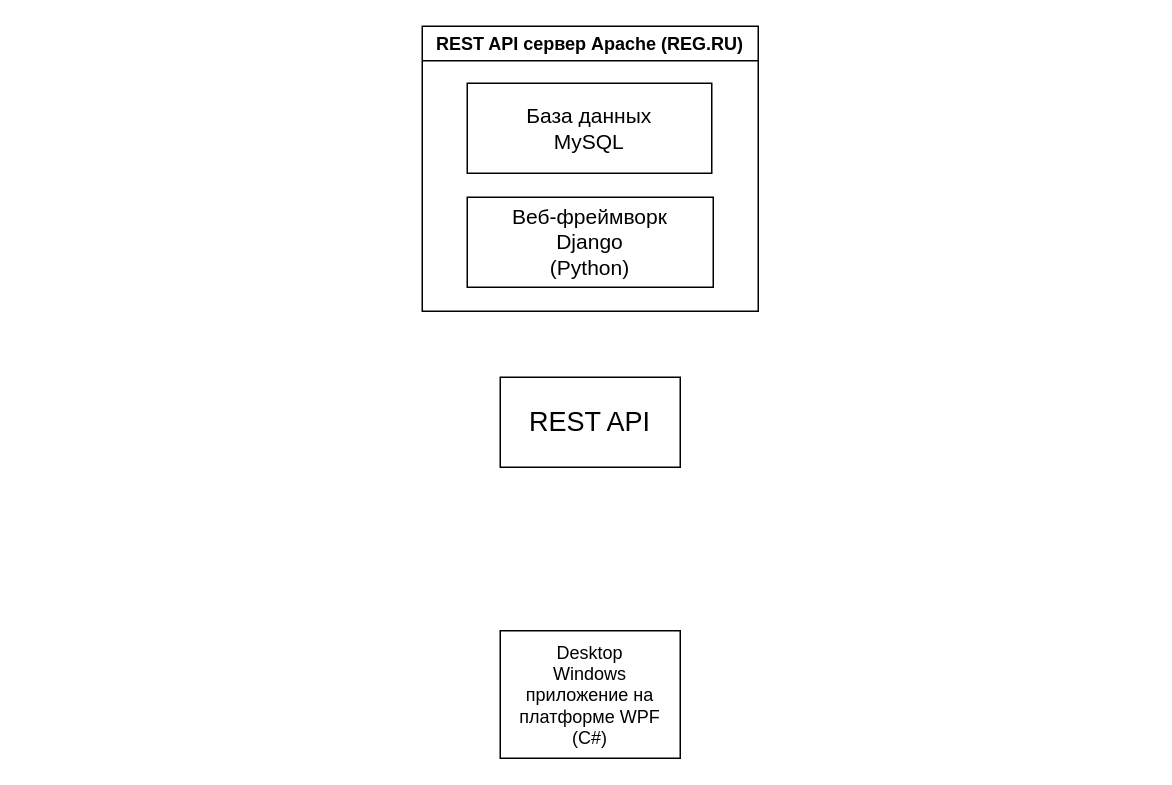
Above: Схема работы сервиса P.Gas.drawio in Jokimazi/DrawIOStorage (draw.io), before the change. Source tidied: cells renumbered, new cells numbered last; positions are measured from the earlier drawing's top-left corner, leaving out a move shared by most shapes. Both pictures are drawn from the tidied source at 150%, with x=0, y=0 at pixel (422, 26).
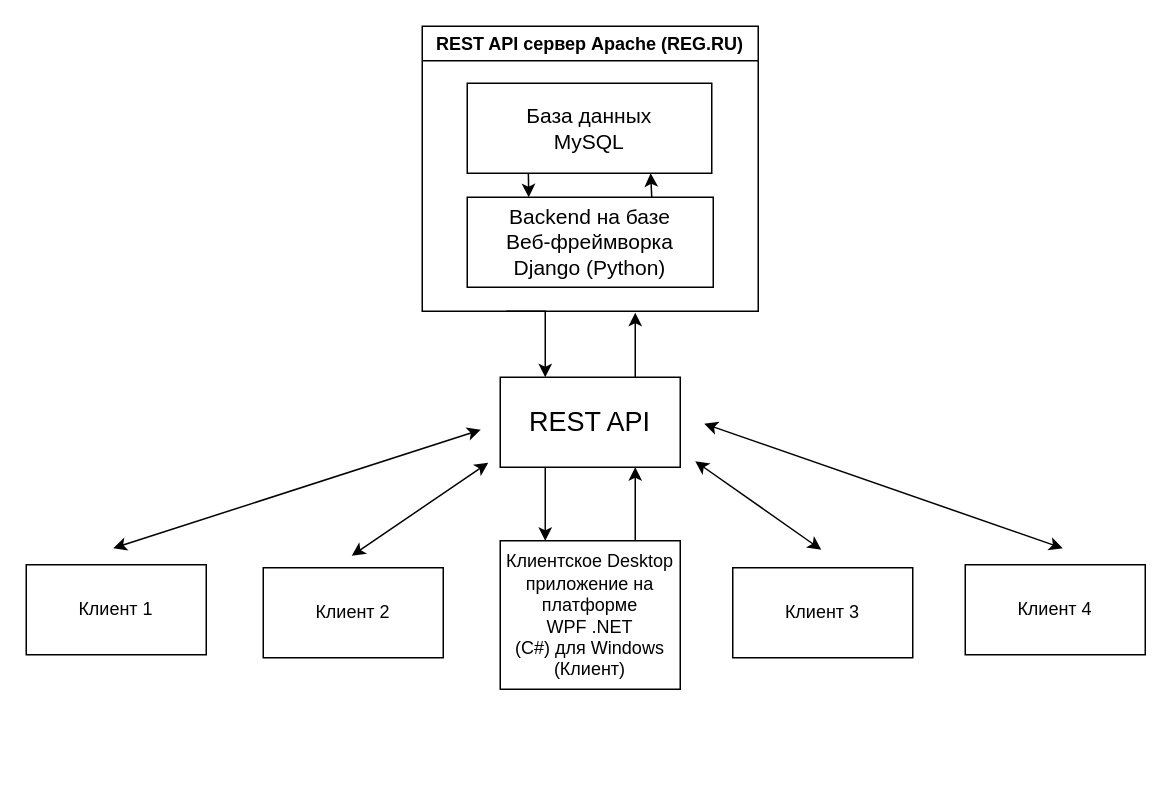
The same diagram, later.

Unchanged cells that the change refers to:
```xml
<mxCell id="2" value="REST API сервер Apache (REG.RU)" style="swimlane;whiteSpace=wrap;html=1;" parent="1" vertex="1">
  <mxGeometry width="224" height="190" as="geometry" />
</mxCell>
<mxCell id="3" value="&lt;div&gt;&lt;font style=&quot;font-size: 14px;&quot;&gt;База данных&lt;/font&gt;&lt;/div&gt;&lt;div&gt;&lt;font style=&quot;font-size: 14px;&quot;&gt;MySQL&lt;/font&gt;&lt;/div&gt;" style="rounded=0;whiteSpace=wrap;html=1;" parent="2" vertex="1">
  <mxGeometry x="30" y="38" width="163" height="60" as="geometry" />
</mxCell>
<mxCell id="5" value="&lt;div&gt;&lt;font style=&quot;font-size: 18px;&quot;&gt;REST API&lt;/font&gt;&lt;/div&gt;" style="rounded=0;whiteSpace=wrap;html=1;" parent="1" vertex="1">
  <mxGeometry x="52" y="234" width="120" height="60" as="geometry" />
</mxCell>
```

What changed in the source:
```diff
@@
+    <mxCell id="7" style="edgeStyle=orthogonalEdgeStyle;rounded=0;jettySize=auto;html=1;exitX=0.25;exitY=1;exitDx=0;exitDy=0;entryX=0.25;entryY=0;entryDx=0;entryDy=0;" parent="1" edge="1" source="2" target="5">
+      <mxGeometry relative="1" as="geometry">
+        <Array as="points">
+          <mxPoint x="82" y="190" />
+        </Array>
+      </mxGeometry>
+    </mxCell>
@@
+    <mxCell id="8" style="edgeStyle=orthogonalEdgeStyle;rounded=0;jettySize=auto;html=1;exitX=0.25;exitY=1;exitDx=0;exitDy=0;entryX=0.25;entryY=0;entryDx=0;entryDy=0;" parent="2" edge="1" source="3" target="4">
+      <mxGeometry relative="1" as="geometry" />
+    </mxCell>
@@
+    <mxCell id="9" style="edgeStyle=orthogonalEdgeStyle;rounded=0;jettySize=auto;html=1;exitX=0.75;exitY=0;exitDx=0;exitDy=0;entryX=0.75;entryY=1;entryDx=0;entryDy=0;" parent="2" edge="1" source="4" target="3">
+      <mxGeometry relative="1" as="geometry" />
+    </mxCell>
-    <mxCell id="4" value="&lt;div&gt;&lt;font style=&quot;font-size: 14px;&quot;&gt;Веб-фреймворк&lt;/font&gt;&lt;/div&gt;&lt;div&gt;&lt;font style=&quot;font-size: 14px;&quot;&gt;Django&lt;/font&gt;&lt;/div&gt;&lt;div&gt;&lt;font style=&quot;font-size: 14px;&quot;&gt;(Python)&lt;/font&gt;&lt;/div&gt;" style="rounded=0;whiteSpace=wrap;html=1;" parent="2" vertex="1">
+    <mxCell id="4" value="&lt;div&gt;&lt;font style=&quot;font-size: 14px;&quot;&gt;Backend на базе&lt;/font&gt;&lt;/div&gt;&lt;div&gt;&lt;font style=&quot;font-size: 14px;&quot;&gt;Веб-фреймворка&lt;/font&gt;&lt;/div&gt;&lt;div&gt;&lt;font style=&quot;font-size: 14px;&quot;&gt;Django (Python)&lt;/font&gt;&lt;/div&gt;" style="rounded=0;whiteSpace=wrap;html=1;" parent="2" vertex="1">
       <mxGeometry x="30" y="114" width="164" height="60" as="geometry" />
     </mxCell>
+    <mxCell id="10" style="edgeStyle=orthogonalEdgeStyle;rounded=0;jettySize=auto;html=1;exitX=0.75;exitY=0;exitDx=0;exitDy=0;" parent="1" edge="1" source="5">
+      <mxGeometry relative="1" as="geometry">
+        <mxPoint x="142" y="191" as="targetPoint" />
+      </mxGeometry>
+    </mxCell>
+    <mxCell id="11" style="edgeStyle=orthogonalEdgeStyle;rounded=0;jettySize=auto;html=1;exitX=0.25;exitY=1;exitDx=0;exitDy=0;entryX=0.25;entryY=0;entryDx=0;entryDy=0;" parent="1" edge="1" source="5" target="6">
+      <mxGeometry relative="1" as="geometry" />
+    </mxCell>
@@
+    <mxCell id="12" style="edgeStyle=orthogonalEdgeStyle;rounded=0;jettySize=auto;html=1;exitX=0.75;exitY=0;exitDx=0;exitDy=0;entryX=0.75;entryY=1;entryDx=0;entryDy=0;" parent="1" edge="1" source="6" target="5">
+      <mxGeometry relative="1" as="geometry" />
+    </mxCell>
-    <mxCell id="6" value="&lt;div&gt;Desktop&lt;/div&gt;&lt;div&gt;Windows&lt;/div&gt;&lt;div&gt;приложение на платформе WPF&lt;/div&gt;&lt;div&gt;(C#)&lt;/div&gt;" style="rounded=0;whiteSpace=wrap;html=1;" parent="1" vertex="1">
-      <mxGeometry x="52" y="403" width="120" height="85" as="geometry" />
+    <mxCell id="6" value="&lt;div&gt;Клиентское Desktop&lt;/div&gt;&lt;div&gt;приложение на платформе&lt;/div&gt;&lt;div&gt;WPF .NET&lt;/div&gt;&lt;div&gt;(C#) для Windows&lt;/div&gt;&lt;div&gt;(Клиент)&lt;/div&gt;" style="rounded=0;whiteSpace=wrap;html=1;" parent="1" vertex="1">
+      <mxGeometry x="52" y="343" width="120" height="99" as="geometry" />
     </mxCell>
+    <mxCell id="13" value="Клиент 2" style="rounded=0;whiteSpace=wrap;html=1;" parent="1" vertex="1">
+      <mxGeometry x="-106" y="361" width="120" height="60" as="geometry" />
+    </mxCell>
+    <mxCell id="14" value="&lt;div&gt;Клиент 3&lt;/div&gt;" style="rounded=0;whiteSpace=wrap;html=1;" parent="1" vertex="1">
+      <mxGeometry x="207" y="361" width="120" height="60" as="geometry" />
+    </mxCell>
+    <mxCell id="15" value="&lt;div&gt;Клиент 1&lt;/div&gt;" style="rounded=0;whiteSpace=wrap;html=1;" parent="1" vertex="1">
+      <mxGeometry x="-264" y="359" width="120" height="60" as="geometry" />
+    </mxCell>
+    <mxCell id="16" value="&lt;div&gt;Клиент 4&lt;/div&gt;" style="rounded=0;whiteSpace=wrap;html=1;" parent="1" vertex="1">
+      <mxGeometry x="362" y="359" width="120" height="60" as="geometry" />
+    </mxCell>
+    <mxCell id="17" style="endArrow=classic;startArrow=classic;html=1;rounded=0;" parent="1" edge="1">
+      <mxGeometry relative="1" as="geometry">
+        <mxPoint x="-47" y="353" as="sourcePoint" />
+        <mxPoint x="44" y="291" as="targetPoint" />
+      </mxGeometry>
+    </mxCell>
+    <mxCell id="18" style="endArrow=classic;startArrow=classic;html=1;rounded=0;" parent="1" edge="1">
+      <mxGeometry relative="1" as="geometry">
+        <mxPoint x="-206" y="348" as="sourcePoint" />
+        <mxPoint x="39" y="269" as="targetPoint" />
+      </mxGeometry>
+    </mxCell>
+    <mxCell id="19" style="endArrow=classic;startArrow=classic;html=1;rounded=0;" parent="1" edge="1">
+      <mxGeometry relative="1" as="geometry">
+        <mxPoint x="182" y="290" as="sourcePoint" />
+        <mxPoint x="266" y="349" as="targetPoint" />
+      </mxGeometry>
+    </mxCell>
+    <mxCell id="20" style="endArrow=classic;startArrow=classic;html=1;rounded=0;" parent="1" edge="1">
+      <mxGeometry relative="1" as="geometry">
+        <mxPoint x="188" y="265" as="sourcePoint" />
+        <mxPoint x="427" y="348" as="targetPoint" />
+      </mxGeometry>
+    </mxCell>
```
